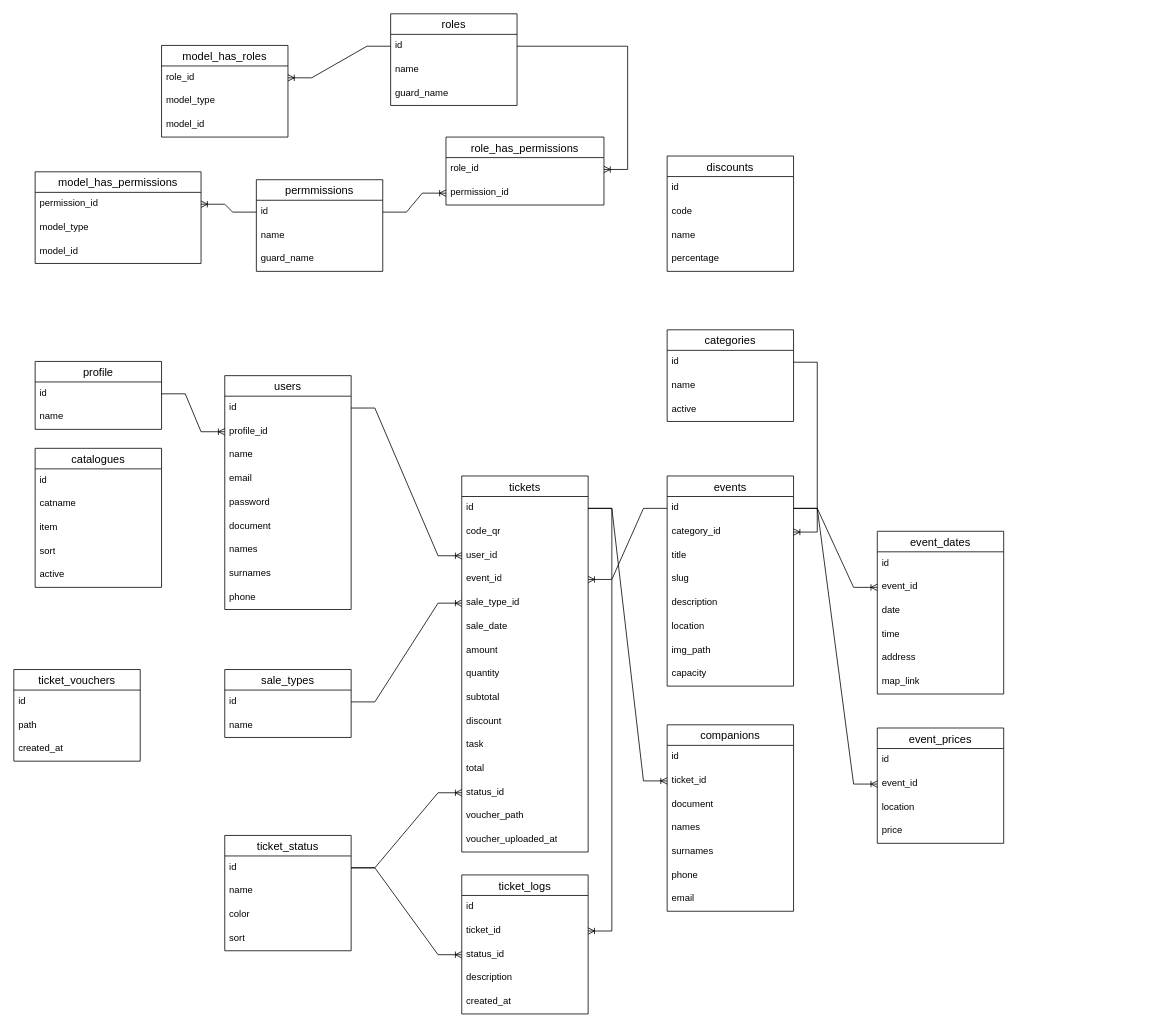
Before: tickets.drawio in programwoft/test-repo, a draw.io diagram. Source tidied: cells renumbered, new cells numbered last; positions are measured from the earlier drawing's top-left corner, leaving out a move shared by most shapes. Both pictures are drawn from the tidied source at 79%, with x=0, y=0 at pixel (13, 13).
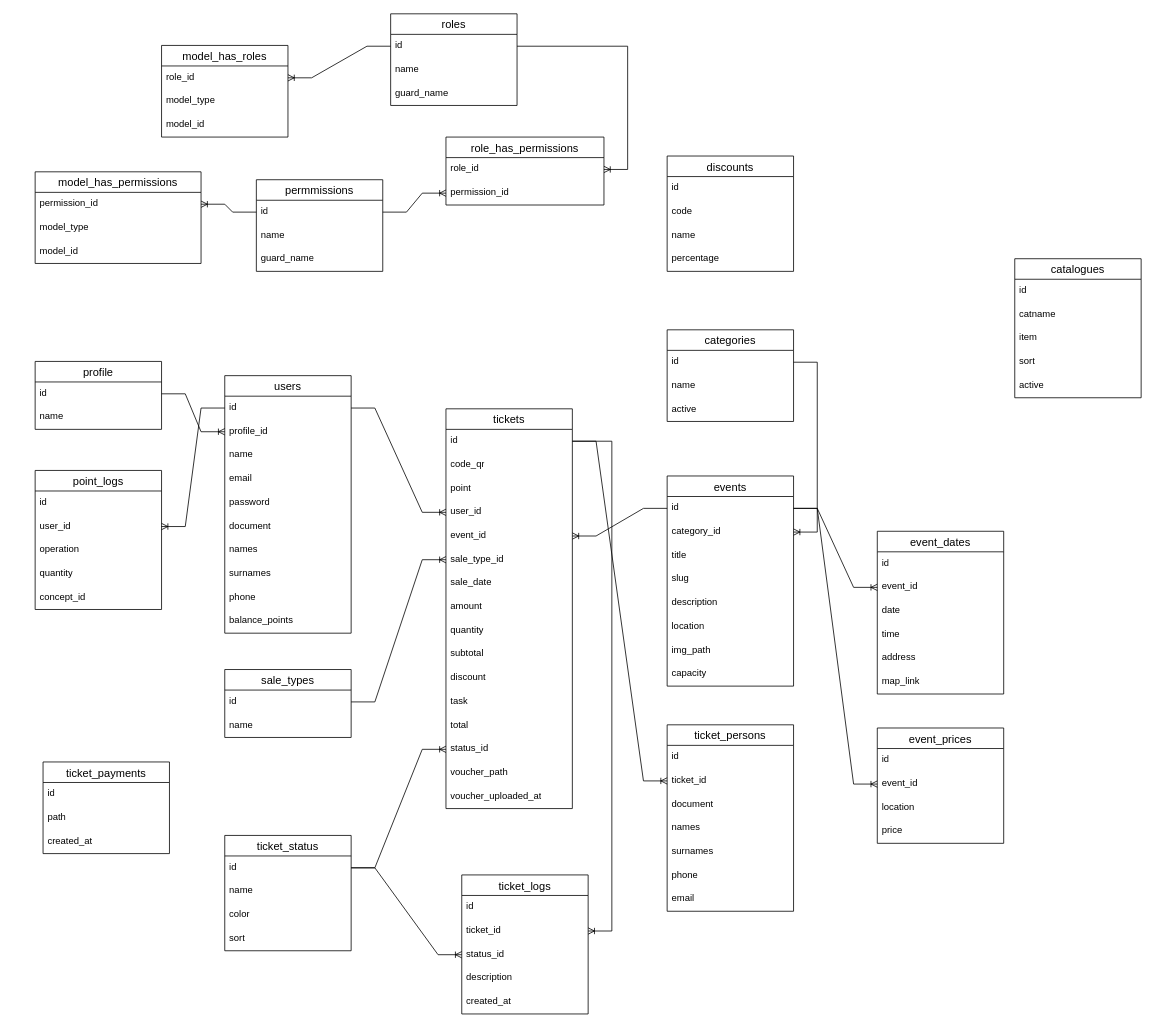
Above is the later version.

Unchanged cells that the change refers to:
```xml
<mxCell id="3" value="id" style="text;strokeColor=none;fillColor=none;spacingLeft=4;spacingRight=4;overflow=hidden;points=[[0,0.5],[1,0.5]];portConstraint=eastwest;fontSize=12;whiteSpace=wrap;html=1;" parent="2" vertex="1">
  <mxGeometry y="26" width="160" height="30" as="geometry" />
</mxCell>
```

What changed in the source:
```diff
@@
     <mxCell id="2" value="users" style="swimlane;fontStyle=0;horizontal=1;startSize=26;align=center;fontSize=14;" parent="1" vertex="1">
-      <mxGeometry x="267" y="458" width="160" height="296" as="geometry" />
+      <mxGeometry x="267" y="458" width="160" height="326" as="geometry" />
     </mxCell>
@@
+    <mxCell id="127" value="balance_points" style="text;strokeColor=none;fillColor=none;spacingLeft=4;spacingRight=4;overflow=hidden;fontSize=12;whiteSpace=wrap;html=1;" parent="2" vertex="1">
+      <mxGeometry y="296" width="160" height="30" as="geometry" />
+    </mxCell>
@@
     <mxCell id="24" value="tickets" style="swimlane;fontStyle=0;horizontal=1;startSize=26;align=center;fontSize=14;" parent="1" vertex="1">
-      <mxGeometry x="567" y="585" width="160" height="476" as="geometry" />
+      <mxGeometry x="547" y="500" width="160" height="506" as="geometry" />
     </mxCell>
@@
+    <mxCell id="128" value="point" style="text;strokeColor=none;fillColor=none;spacingLeft=4;spacingRight=4;overflow=hidden;fontSize=12;whiteSpace=wrap;html=1;" parent="24" vertex="1">
+      <mxGeometry y="86" width="160" height="30" as="geometry" />
+    </mxCell>
     <mxCell id="27" value="user_id" style="text;strokeColor=none;fillColor=none;spacingLeft=4;spacingRight=4;overflow=hidden;points=[[0,0.5],[1,0.5]];portConstraint=eastwest;fontSize=12;whiteSpace=wrap;html=1;" parent="24" vertex="1">
-      <mxGeometry y="86" width="160" height="30" as="geometry" />
+      <mxGeometry y="116" width="160" height="30" as="geometry" />
     </mxCell>
     <mxCell id="28" value="event_id" style="text;strokeColor=none;fillColor=none;spacingLeft=4;spacingRight=4;overflow=hidden;points=[[0,0.5],[1,0.5]];portConstraint=eastwest;fontSize=12;whiteSpace=wrap;html=1;" parent="24" vertex="1">
-      <mxGeometry y="116" width="160" height="30" as="geometry" />
+      <mxGeometry y="146" width="160" height="30" as="geometry" />
     </mxCell>
     <mxCell id="29" value="sale_type_id" style="text;strokeColor=none;fillColor=none;spacingLeft=4;spacingRight=4;overflow=hidden;points=[[0,0.5],[1,0.5]];portConstraint=eastwest;fontSize=12;whiteSpace=wrap;html=1;" parent="24" vertex="1">
-      <mxGeometry y="146" width="160" height="30" as="geometry" />
+      <mxGeometry y="176" width="160" height="30" as="geometry" />
     </mxCell>
     <mxCell id="30" value="sale_date" style="text;strokeColor=none;fillColor=none;spacingLeft=4;spacingRight=4;overflow=hidden;fontSize=12;whiteSpace=wrap;html=1;" parent="24" vertex="1">
-      <mxGeometry y="176" width="160" height="30" as="geometry" />
+      <mxGeometry y="206" width="160" height="30" as="geometry" />
     </mxCell>
     <mxCell id="31" value="amount" style="text;strokeColor=none;fillColor=none;spacingLeft=4;spacingRight=4;overflow=hidden;fontSize=12;whiteSpace=wrap;html=1;" parent="24" vertex="1">
-      <mxGeometry y="206" width="160" height="30" as="geometry" />
+      <mxGeometry y="236" width="160" height="30" as="geometry" />
     </mxCell>
     <mxCell id="32" value="quantity" style="text;strokeColor=none;fillColor=none;spacingLeft=4;spacingRight=4;overflow=hidden;fontSize=12;whiteSpace=wrap;html=1;" parent="24" vertex="1">
-      <mxGeometry y="236" width="160" height="30" as="geometry" />
+      <mxGeometry y="266" width="160" height="30" as="geometry" />
     </mxCell>
     <mxCell id="33" value="subtotal" style="text;strokeColor=none;fillColor=none;spacingLeft=4;spacingRight=4;overflow=hidden;fontSize=12;whiteSpace=wrap;html=1;" parent="24" vertex="1">
-      <mxGeometry y="266" width="160" height="30" as="geometry" />
+      <mxGeometry y="296" width="160" height="30" as="geometry" />
     </mxCell>
     <mxCell id="34" value="discount" style="text;strokeColor=none;fillColor=none;spacingLeft=4;spacingRight=4;overflow=hidden;fontSize=12;whiteSpace=wrap;html=1;" parent="24" vertex="1">
-      <mxGeometry y="296" width="160" height="30" as="geometry" />
+      <mxGeometry y="326" width="160" height="30" as="geometry" />
     </mxCell>
     <mxCell id="35" value="task" style="text;strokeColor=none;fillColor=none;spacingLeft=4;spacingRight=4;overflow=hidden;fontSize=12;whiteSpace=wrap;html=1;" parent="24" vertex="1">
-      <mxGeometry y="326" width="160" height="30" as="geometry" />
+      <mxGeometry y="356" width="160" height="30" as="geometry" />
     </mxCell>
     <mxCell id="36" value="total" style="text;strokeColor=none;fillColor=none;spacingLeft=4;spacingRight=4;overflow=hidden;fontSize=12;whiteSpace=wrap;html=1;" parent="24" vertex="1">
-      <mxGeometry y="356" width="160" height="30" as="geometry" />
+      <mxGeometry y="386" width="160" height="30" as="geometry" />
     </mxCell>
     <mxCell id="37" value="status_id" style="text;strokeColor=none;fillColor=none;spacingLeft=4;spacingRight=4;overflow=hidden;points=[[0,0.5],[1,0.5]];portConstraint=eastwest;fontSize=12;whiteSpace=wrap;html=1;" parent="24" vertex="1">
-      <mxGeometry y="386" width="160" height="30" as="geometry" />
+      <mxGeometry y="416" width="160" height="30" as="geometry" />
     </mxCell>
     <mxCell id="38" value="voucher_path" style="text;strokeColor=none;fillColor=none;spacingLeft=4;spacingRight=4;overflow=hidden;fontSize=12;whiteSpace=wrap;html=1;" parent="24" vertex="1">
-      <mxGeometry y="416" width="160" height="30" as="geometry" />
+      <mxGeometry y="446" width="160" height="30" as="geometry" />
     </mxCell>
     <mxCell id="39" value="voucher_uploaded_at" style="text;strokeColor=none;fillColor=none;spacingLeft=4;spacingRight=4;overflow=hidden;fontSize=12;whiteSpace=wrap;html=1;" parent="24" vertex="1">
-      <mxGeometry y="446" width="160" height="30" as="geometry" />
+      <mxGeometry y="476" width="160" height="30" as="geometry" />
     </mxCell>
@@
     <mxCell id="59" value="catalogues" style="swimlane;fontStyle=0;horizontal=1;startSize=26;align=center;fontSize=14;" parent="1" vertex="1">
-      <mxGeometry x="27" y="550" width="160" height="176" as="geometry" />
+      <mxGeometry x="1267" y="310" width="160" height="176" as="geometry" />
     </mxCell>
@@
-    <mxCell id="86" value="ticket_vouchers" style="swimlane;fontStyle=0;horizontal=1;startSize=26;align=center;fontSize=14;" parent="1" vertex="1">
-      <mxGeometry y="830" width="160" height="116" as="geometry" />
+    <mxCell id="86" value="ticket_payments" style="swimlane;fontStyle=0;horizontal=1;startSize=26;align=center;fontSize=14;" parent="1" vertex="1">
+      <mxGeometry x="37" y="947" width="160" height="116" as="geometry" />
     </mxCell>
@@
-    <mxCell id="113" value="companions" style="swimlane;fontStyle=0;horizontal=1;startSize=26;align=center;fontSize=14;" parent="1" vertex="1">
+    <mxCell id="113" value="ticket_persons" style="swimlane;fontStyle=0;horizontal=1;startSize=26;align=center;fontSize=14;" parent="1" vertex="1">
       <mxGeometry x="827" y="900" width="160" height="236" as="geometry" />
     </mxCell>
@@
+    <mxCell id="129" value="point_logs" style="swimlane;fontStyle=0;horizontal=1;startSize=26;align=center;fontSize=14;" parent="1" vertex="1">
+      <mxGeometry x="27" y="578" width="160" height="176" as="geometry" />
+    </mxCell>
+    <mxCell id="130" value="id" style="text;strokeColor=none;fillColor=none;spacingLeft=4;spacingRight=4;overflow=hidden;fontSize=12;whiteSpace=wrap;html=1;" parent="129" vertex="1">
+      <mxGeometry y="26" width="160" height="30" as="geometry" />
+    </mxCell>
+    <mxCell id="131" value="user_id" style="text;strokeColor=none;fillColor=none;spacingLeft=4;spacingRight=4;overflow=hidden;points=[[0,0.5],[1,0.5]];portConstraint=eastwest;fontSize=12;whiteSpace=wrap;html=1;" parent="129" vertex="1">
+      <mxGeometry y="56" width="160" height="30" as="geometry" />
+    </mxCell>
+    <mxCell id="132" value="operation" style="text;strokeColor=none;fillColor=none;spacingLeft=4;spacingRight=4;overflow=hidden;fontSize=12;whiteSpace=wrap;html=1;" parent="129" vertex="1">
+      <mxGeometry y="86" width="160" height="30" as="geometry" />
+    </mxCell>
+    <mxCell id="133" value="quantity" style="text;strokeColor=none;fillColor=none;spacingLeft=4;spacingRight=4;overflow=hidden;fontSize=12;whiteSpace=wrap;html=1;" parent="129" vertex="1">
+      <mxGeometry y="116" width="160" height="30" as="geometry" />
+    </mxCell>
+    <mxCell id="134" value="concept_id" style="text;strokeColor=none;fillColor=none;spacingLeft=4;spacingRight=4;overflow=hidden;fontSize=12;whiteSpace=wrap;html=1;" parent="129" vertex="1">
+      <mxGeometry y="146" width="160" height="30" as="geometry" />
+    </mxCell>
+    <mxCell id="135" style="edgeStyle=entityRelationEdgeStyle;fontSize=12;html=1;endArrow=ERoneToMany;rounded=0;" parent="1" edge="1" source="3" target="131">
+      <mxGeometry relative="1" as="geometry" />
+    </mxCell>
```
